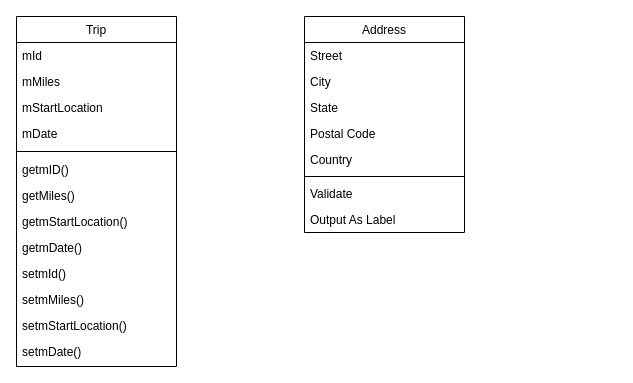
Before: diagrams/CRC_Diagram.drawio in patriciaong977/AutoOdo, a draw.io diagram. Source tidied: cells renumbered, new cells numbered last; positions are measured from the earlier drawing's top-left corner, leaving out a move shared by most shapes. Both pictures are drawn from the tidied source at 100%, with x=0, y=0 at pixel (16, 16).
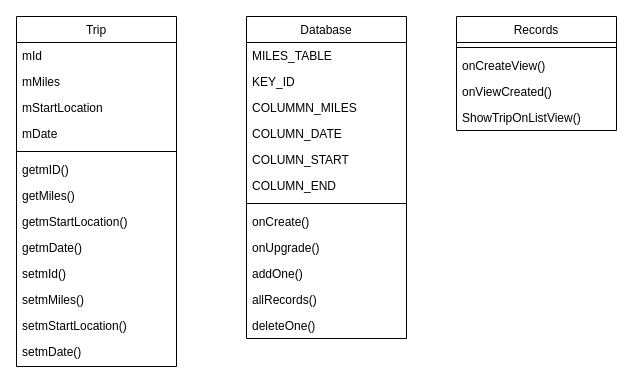
The same page after the edit.

The edit, as a diff of the source:
```diff
@@
-    <mxCell id="17" value="Address" style="swimlane;fontStyle=0;align=center;verticalAlign=top;horizontal=1;startSize=26;rounded=0;shadow=0;strokeWidth=1;" parent="1" vertex="1">
-      <mxGeometry x="288" width="160" height="216" as="geometry" />
-    </mxCell>
-    <mxCell id="18" value="Street" style="text;align=left;verticalAlign=top;spacingLeft=4;spacingRight=4;overflow=hidden;" parent="17" vertex="1">
-      <mxGeometry y="26" width="160" height="26" as="geometry" />
-    </mxCell>
-    <mxCell id="19" value="City" style="text;align=left;verticalAlign=top;spacingLeft=4;spacingRight=4;overflow=hidden;rounded=0;shadow=0;html=0;" parent="17" vertex="1">
-      <mxGeometry y="52" width="160" height="26" as="geometry" />
-    </mxCell>
-    <mxCell id="20" value="State" style="text;align=left;verticalAlign=top;spacingLeft=4;spacingRight=4;overflow=hidden;rounded=0;shadow=0;html=0;" parent="17" vertex="1">
-      <mxGeometry y="78" width="160" height="26" as="geometry" />
-    </mxCell>
-    <mxCell id="21" value="Postal Code" style="text;align=left;verticalAlign=top;spacingLeft=4;spacingRight=4;overflow=hidden;rounded=0;shadow=0;html=0;" parent="17" vertex="1">
-      <mxGeometry y="104" width="160" height="26" as="geometry" />
-    </mxCell>
-    <mxCell id="22" value="Country" style="text;align=left;verticalAlign=top;spacingLeft=4;spacingRight=4;overflow=hidden;rounded=0;shadow=0;html=0;" parent="17" vertex="1">
-      <mxGeometry y="130" width="160" height="26" as="geometry" />
-    </mxCell>
-    <mxCell id="23" style="line;html=1;strokeWidth=1;align=left;verticalAlign=middle;spacingTop=-1;spacingLeft=3;spacingRight=3;labelPosition=right;" parent="17" vertex="1">
-      <mxGeometry y="156" width="160" height="8" as="geometry" />
-    </mxCell>
-    <mxCell id="24" value="Validate" style="text;align=left;verticalAlign=top;spacingLeft=4;spacingRight=4;overflow=hidden;" parent="17" vertex="1">
-      <mxGeometry y="164" width="160" height="26" as="geometry" />
-    </mxCell>
-    <mxCell id="25" value="Output As Label" style="text;align=left;verticalAlign=top;spacingLeft=4;spacingRight=4;overflow=hidden;" parent="17" vertex="1">
-      <mxGeometry y="190" width="160" height="26" as="geometry" />
-    </mxCell>
+    <mxCell id="26" value="Database" style="swimlane;fontStyle=0;align=center;verticalAlign=top;horizontal=1;startSize=26;rounded=0;shadow=0;strokeWidth=1;" parent="1" vertex="1">
+      <mxGeometry x="230" width="160" height="322" as="geometry" />
+    </mxCell>
+    <mxCell id="27" value="MILES_TABLE" style="text;align=left;verticalAlign=top;spacingLeft=4;spacingRight=4;overflow=hidden;" parent="26" vertex="1">
+      <mxGeometry y="26" width="160" height="26" as="geometry" />
+    </mxCell>
+    <mxCell id="28" value="KEY_ID" style="text;align=left;verticalAlign=top;spacingLeft=4;spacingRight=4;overflow=hidden;rounded=0;shadow=0;html=0;" parent="26" vertex="1">
+      <mxGeometry y="52" width="160" height="26" as="geometry" />
+    </mxCell>
+    <mxCell id="29" value="COLUMMN_MILES" style="text;align=left;verticalAlign=top;spacingLeft=4;spacingRight=4;overflow=hidden;rounded=0;shadow=0;html=0;" parent="26" vertex="1">
+      <mxGeometry y="78" width="160" height="26" as="geometry" />
+    </mxCell>
+    <mxCell id="30" value="COLUMN_DATE" style="text;align=left;verticalAlign=top;spacingLeft=4;spacingRight=4;overflow=hidden;" parent="26" vertex="1">
+      <mxGeometry y="104" width="160" height="26" as="geometry" />
+    </mxCell>
+    <mxCell id="31" style="endArrow=block;endSize=10;endFill=0;shadow=0;strokeWidth=1;rounded=0;edgeStyle=elbowEdgeStyle;elbow=vertical;startArrow=none;" parent="26" edge="1">
+      <mxGeometry relative="1" as="geometry">
+        <mxPoint x="80" y="146" as="sourcePoint" />
+        <mxPoint x="80" y="146" as="targetPoint" />
+      </mxGeometry>
+    </mxCell>
+    <mxCell id="32" value="COLUMN_START" style="text;align=left;verticalAlign=top;spacingLeft=4;spacingRight=4;overflow=hidden;" parent="26" vertex="1">
+      <mxGeometry y="130" width="160" height="26" as="geometry" />
+    </mxCell>
+    <mxCell id="33" value="COLUMN_END" style="text;align=left;verticalAlign=top;spacingLeft=4;spacingRight=4;overflow=hidden;" parent="26" vertex="1">
+      <mxGeometry y="156" width="160" height="26" as="geometry" />
+    </mxCell>
+    <mxCell id="34" style="line;html=1;strokeWidth=1;align=left;verticalAlign=middle;spacingTop=-1;spacingLeft=3;spacingRight=3;labelPosition=right;" parent="26" vertex="1">
+      <mxGeometry y="182" width="160" height="10" as="geometry" />
+    </mxCell>
+    <mxCell id="35" value="onCreate()" style="text;align=left;verticalAlign=top;spacingLeft=4;spacingRight=4;overflow=hidden;" parent="26" vertex="1">
+      <mxGeometry y="192" width="160" height="26" as="geometry" />
+    </mxCell>
+    <mxCell id="36" value="onUpgrade()" style="text;align=left;verticalAlign=top;spacingLeft=4;spacingRight=4;overflow=hidden;" parent="26" vertex="1">
+      <mxGeometry y="218" width="160" height="26" as="geometry" />
+    </mxCell>
+    <mxCell id="37" value="addOne()" style="text;align=left;verticalAlign=top;spacingLeft=4;spacingRight=4;overflow=hidden;" parent="26" vertex="1">
+      <mxGeometry y="244" width="160" height="26" as="geometry" />
+    </mxCell>
+    <mxCell id="38" value="allRecords()" style="text;align=left;verticalAlign=top;spacingLeft=4;spacingRight=4;overflow=hidden;" parent="26" vertex="1">
+      <mxGeometry y="270" width="160" height="26" as="geometry" />
+    </mxCell>
+    <mxCell id="39" value="deleteOne()" style="text;align=left;verticalAlign=top;spacingLeft=4;spacingRight=4;overflow=hidden;" parent="26" vertex="1">
+      <mxGeometry y="296" width="160" height="26" as="geometry" />
+    </mxCell>
+    <mxCell id="40" value="Records" style="swimlane;fontStyle=0;align=center;verticalAlign=top;horizontal=1;startSize=26;rounded=0;shadow=0;strokeWidth=1;" parent="1" vertex="1">
+      <mxGeometry x="440" width="160" height="114" as="geometry" />
+    </mxCell>
+    <mxCell id="41" style="endArrow=block;endSize=10;endFill=0;shadow=0;strokeWidth=1;rounded=0;edgeStyle=elbowEdgeStyle;elbow=vertical;startArrow=none;" parent="40" edge="1">
+      <mxGeometry relative="1" as="geometry">
+        <mxPoint x="80" y="146" as="sourcePoint" />
+        <mxPoint x="80" y="146" as="targetPoint" />
+      </mxGeometry>
+    </mxCell>
+    <mxCell id="42" style="line;html=1;strokeWidth=1;align=left;verticalAlign=middle;spacingTop=-1;spacingLeft=3;spacingRight=3;labelPosition=right;" parent="40" vertex="1">
+      <mxGeometry y="26" width="160" height="10" as="geometry" />
+    </mxCell>
+    <mxCell id="43" value="onCreateView()" style="text;align=left;verticalAlign=top;spacingLeft=4;spacingRight=4;overflow=hidden;" parent="40" vertex="1">
+      <mxGeometry y="36" width="160" height="26" as="geometry" />
+    </mxCell>
+    <mxCell id="44" value="onViewCreated()" style="text;align=left;verticalAlign=top;spacingLeft=4;spacingRight=4;overflow=hidden;" parent="40" vertex="1">
+      <mxGeometry y="62" width="160" height="26" as="geometry" />
+    </mxCell>
+    <mxCell id="45" value="ShowTripOnListView()" style="text;align=left;verticalAlign=top;spacingLeft=4;spacingRight=4;overflow=hidden;" parent="40" vertex="1">
+      <mxGeometry y="88" width="160" height="26" as="geometry" />
+    </mxCell>
```
